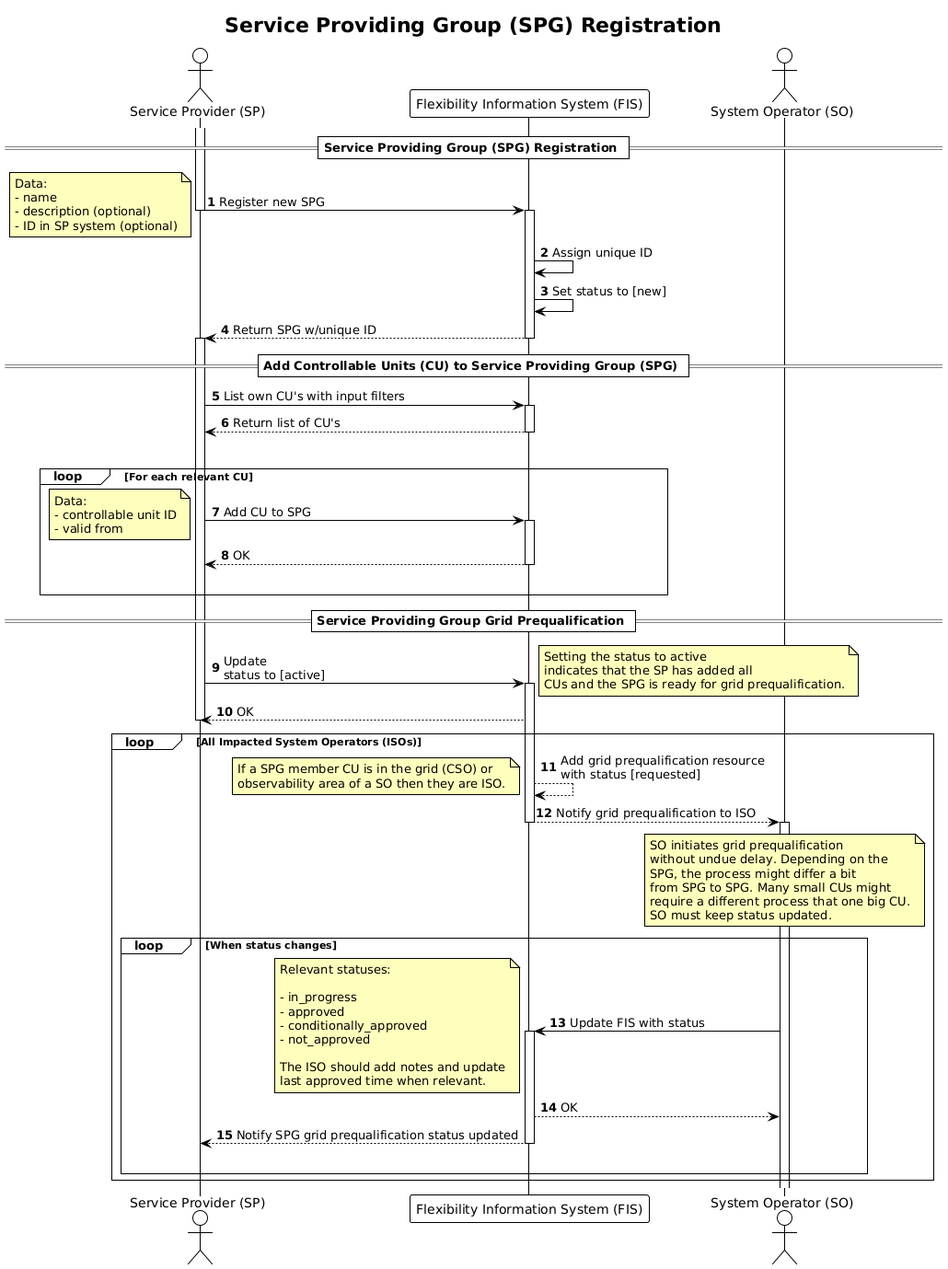
Above: docs/diagrams/service_providing_group_registration.png in elhub/flex-information-system (PlantUML), before the change. Source of this version:
```plantuml
@startuml service_providing_group_registration
!theme plain

autonumber
skinparam note {
    BackgroundColor #FFFFBD
}

title Service Providing Group (SPG) Registration

actor "Service Provider (SP)" as SP
participant "Flexibility Information System (FIS)" as FIS
actor "System Operator (SO)" as SO


== Service Providing Group (SPG) Registration ==
activate SP

SP -> FIS: Register new SPG
deactivate SP

note left
    Data:
    - name
    - description (optional)
    - ID in SP system (optional)
end note

activate FIS
FIS -> FIS: Assign unique ID
FIS -> FIS: Set status to [new]
FIS --> SP: Return SPG w/unique ID
deactivate FIS
activate SP

== Add Controllable Units (CU) to Service Providing Group (SPG) ==

SP -> FIS: List own CU's with input filters
activate FIS
FIS --> SP: Return list of CU's
deactivate FIS
|||
loop For each relevant CU
    SP -> FIS: Add CU to SPG
    activate FIS
    note left
        Data:
        - controllable unit ID
        - valid from
    end note
    FIS --> SP: OK
    deactivate FIS
    |||
end

== Service Providing Group Grid Prequalification ==

SP -> FIS: Update\nstatus to [active]
note right
    Setting the status to active
    indicates that the SP has added all
    CUs and the SPG is ready for grid prequalification.
end note
activate FIS
FIS --> SP: OK
deactivate SP

loop All Impacted System Operators (ISOs)
    FIS --> FIS: Add grid prequalification resource\nwith status [requested]
    note left
        If a SPG member CU is in the grid (CSO) or
        observability area of a SO then they are ISO.
    end note
    FIS --> SO: Notify grid prequalification to ISO

    deactivate FIS
    activate SO


    note over SO
        SO initiates grid prequalification
        without undue delay. Depending on the
        SPG, the process might differ a bit
        from SPG to SPG. Many small CUs might
        require a different process that one big CU.
        SO must keep status updated.
    end note
    loop When status changes
        SO -> FIS: Update FIS with status
        note left
            Relevant statuses:

            - in_progress
            - approved
            - conditionally_approved
            - not_approved

            The ISO should add notes and update
            last approved time when relevant.
        end note
        activate FIS
        FIS --> SO: OK
        FIS --> SP: Notify SPG grid prequalification status updated
        deactivate FIS
        |||
    end
end
@enduml
```
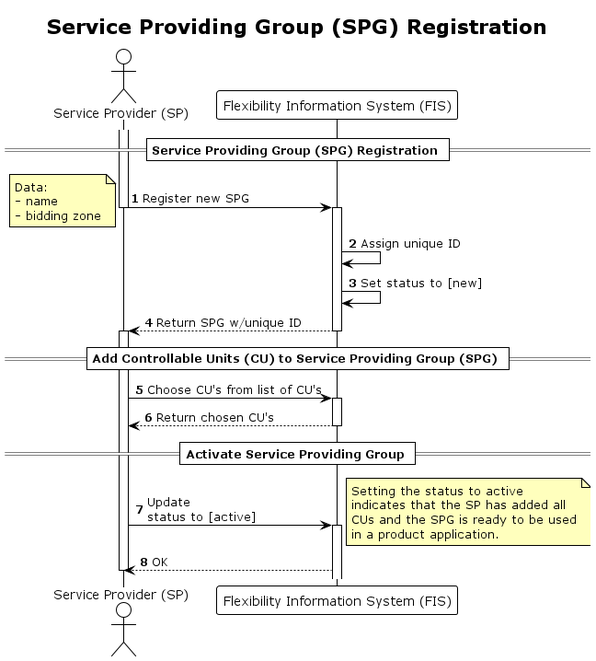
After the change.

Commit message:
Removed grid prequal

Change to the diagram source:
```diff
@@ -10,7 +10,6 @@
 
 actor "Service Provider (SP)" as SP
 participant "Flexibility Information System (FIS)" as FIS
-actor "System Operator (SO)" as SO
 
 
 == Service Providing Group (SPG) Registration ==
@@ -22,8 +21,7 @@
 note left
     Data:
     - name
-    - description (optional)
-    - ID in SP system (optional)
+    - bidding zone
 end note
 
 activate FIS
@@ -35,74 +33,22 @@
 
 == Add Controllable Units (CU) to Service Providing Group (SPG) ==
 
-SP -> FIS: List own CU's with input filters
+SP -> FIS: Choose CU's from list of CU's
 activate FIS
-FIS --> SP: Return list of CU's
+FIS --> SP: Return chosen CU's
 deactivate FIS
-|||
-loop For each relevant CU
-    SP -> FIS: Add CU to SPG
-    activate FIS
-    note left
-        Data:
-        - controllable unit ID
-        - valid from
-    end note
-    FIS --> SP: OK
-    deactivate FIS
-    |||
-end
 
-== Service Providing Group Grid Prequalification ==
+== Activate Service Providing Group ==
 
 SP -> FIS: Update\nstatus to [active]
 note right
     Setting the status to active
     indicates that the SP has added all
-    CUs and the SPG is ready for grid prequalification.
+    CUs and the SPG is ready to be used
+    in a product application.
 end note
 activate FIS
 FIS --> SP: OK
 deactivate SP
 
-loop All Impacted System Operators (ISOs)
-    FIS --> FIS: Add grid prequalification resource\nwith status [requested]
-    note left
-        If a SPG member CU is in the grid (CSO) or
-        observability area of a SO then they are ISO.
-    end note
-    FIS --> SO: Notify grid prequalification to ISO
-
-    deactivate FIS
-    activate SO
-
-
-    note over SO
-        SO initiates grid prequalification
-        without undue delay. Depending on the
-        SPG, the process might differ a bit
-        from SPG to SPG. Many small CUs might
-        require a different process that one big CU.
-        SO must keep status updated.
-    end note
-    loop When status changes
-        SO -> FIS: Update FIS with status
-        note left
-            Relevant statuses:
-
-            - in_progress
-            - approved
-            - conditionally_approved
-            - not_approved
-
-            The ISO should add notes and update
-            last approved time when relevant.
-        end note
-        activate FIS
-        FIS --> SO: OK
-        FIS --> SP: Notify SPG grid prequalification status updated
-        deactivate FIS
-        |||
-    end
-end
 @enduml
```
